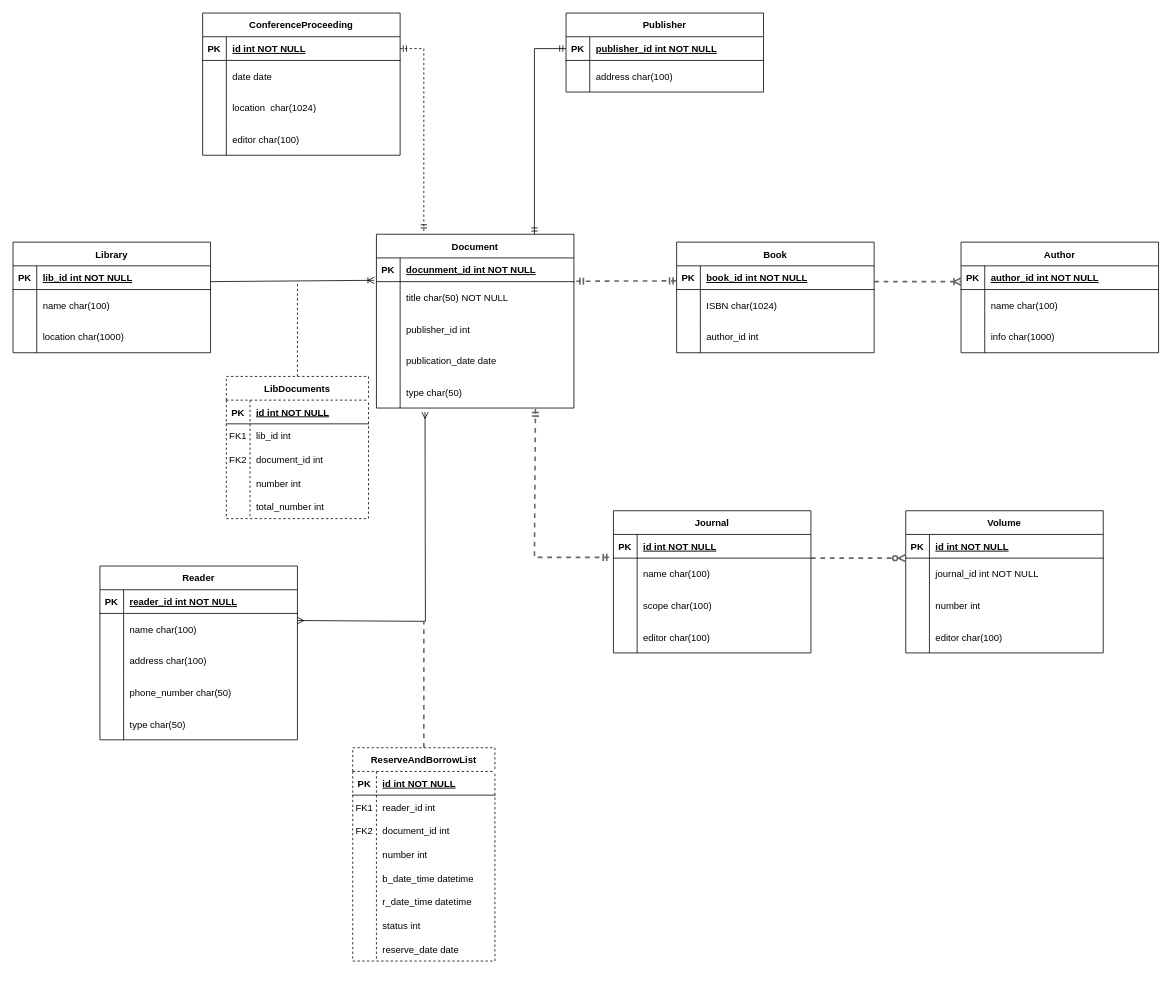
The draw.io diagram database-er.drawio in Maple-pro/database-assignment, before the edit. Source tidied: cells renumbered, new cells numbered last; positions are measured from the earlier drawing's top-left corner, leaving out a move shared by most shapes. Both pictures are drawn from the tidied source at 79%, with x=0, y=0 at pixel (13, 13).
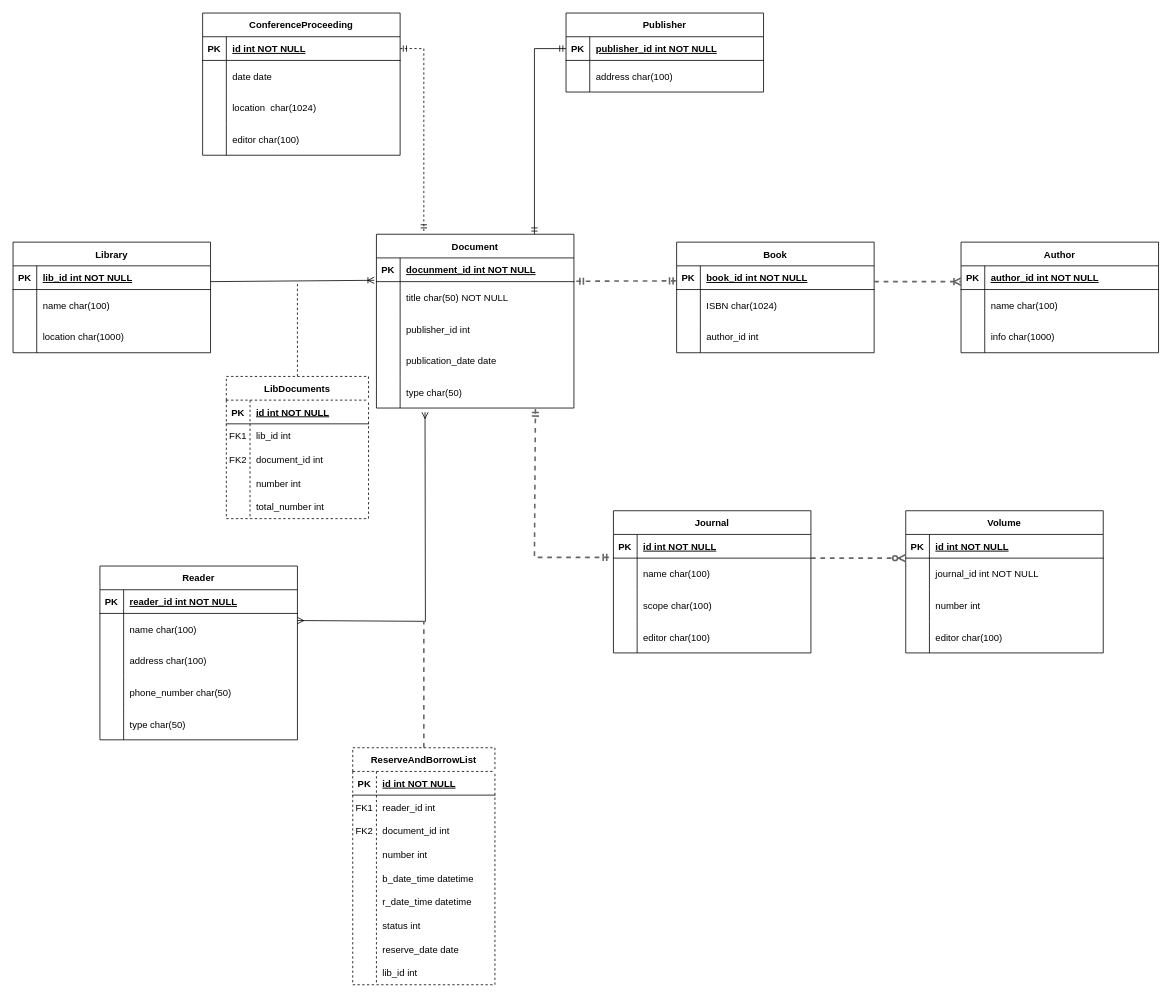
Above is the later version.

What changed in the source:
```diff
@@
     <mxCell id="137" value="ReserveAndBorrowList" style="shape=table;startSize=30;childLayout=tableLayout;rowLines=0;fontStyle=1;align=center;dashed=1;" parent="1" vertex="1">
-      <mxGeometry x="430" y="930" width="180" height="270" as="geometry" />
+      <mxGeometry x="430" y="930" width="180" height="300" as="geometry" />
     </mxCell>
@@
+    <mxCell id="162" style="shape=tableRow;horizontal=0;startSize=0;swimlaneHead=0;swimlaneBody=0;fillColor=none;top=0;left=0;right=0;bottom=0;" parent="137" vertex="1">
+      <mxGeometry y="270" width="180" height="30" as="geometry" />
+    </mxCell>
+    <mxCell id="163" style="shape=partialRectangle;fillColor=none;top=0;left=0;bottom=0;right=0;overflow=hidden;" parent="162" vertex="1">
+      <mxGeometry width="30" height="30" as="geometry" />
+    </mxCell>
+    <mxCell id="164" value="lib_id int" style="shape=partialRectangle;fillColor=none;top=0;left=0;bottom=0;right=0;align=left;spacingLeft=6;overflow=hidden;" parent="162" vertex="1">
+      <mxGeometry x="30" width="150" height="30" as="geometry" />
+    </mxCell>
```
